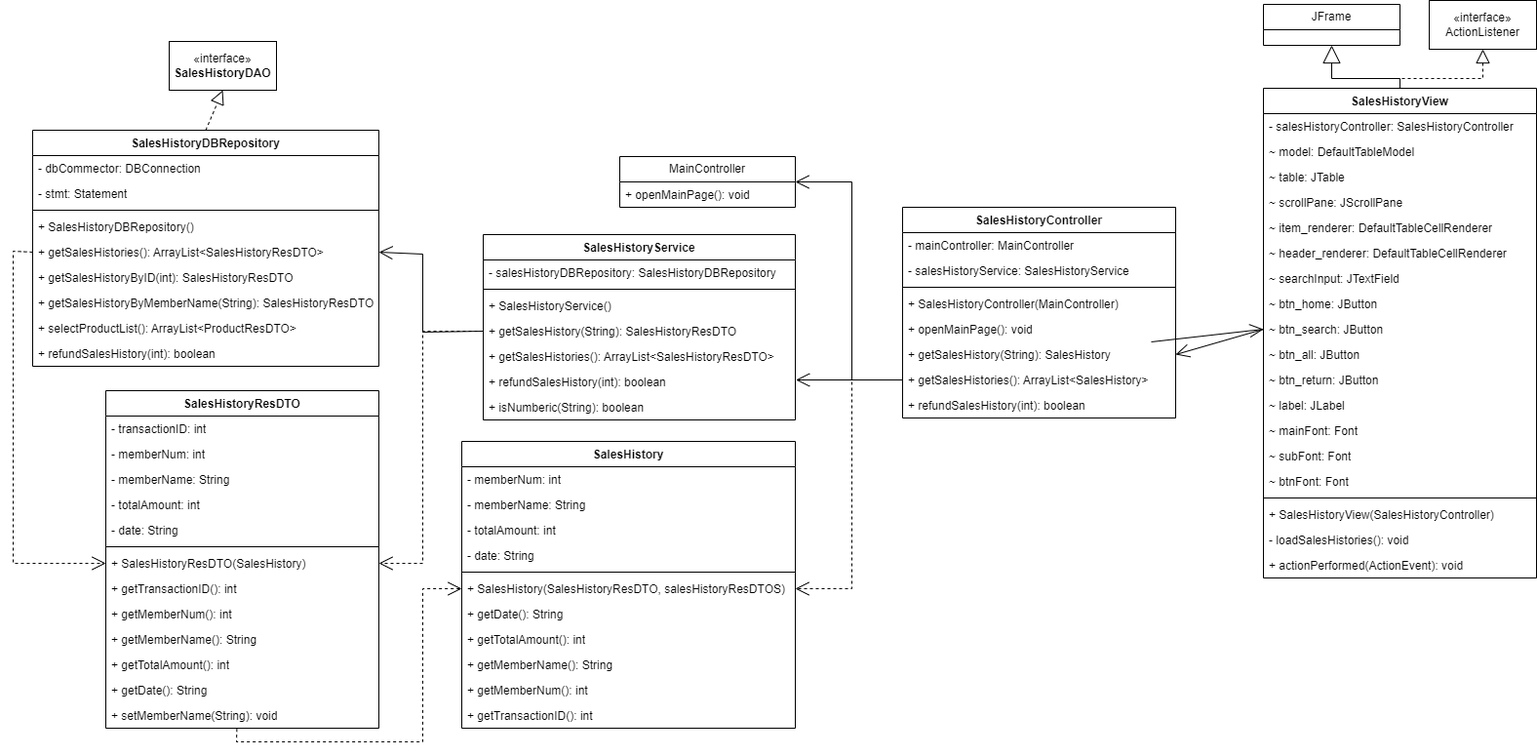
P-POS/PPOS keeps this draw.io diagram as diagram/SalesHistory.drawio.png. Above is the earlier version. Source tidied: cells renumbered, new cells last; positions are measured from the earlier drawing's top-left corner, leaving out a move shared by most shapes.
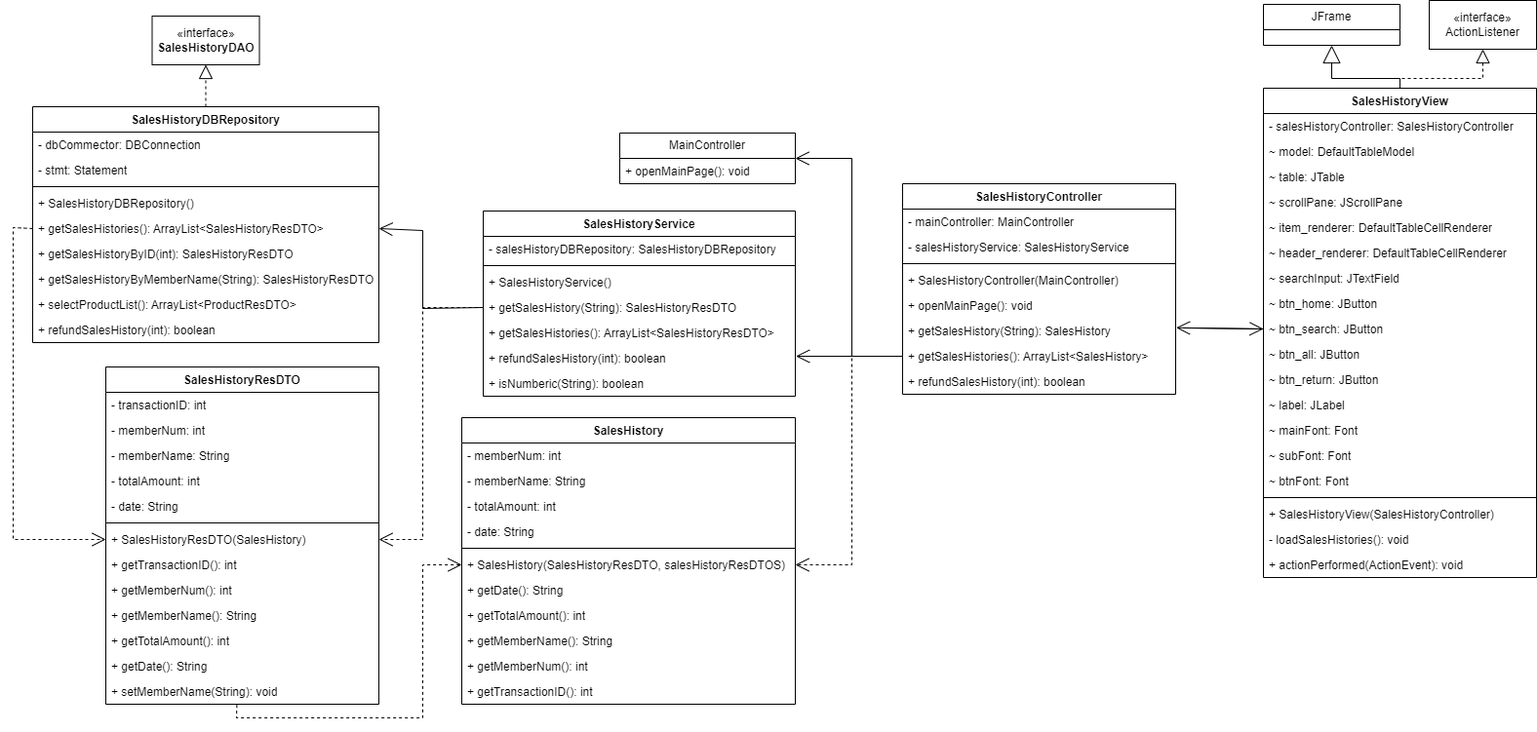
The same diagram one commit later.

Change to the diagram source:
```diff
@@ -54,7 +54,7 @@
       <mxGeometry y="164" width="320" height="26" as="geometry" />
     </mxCell>
     <mxCell id="19" value="&lt;span style=&quot;text-wrap: nowrap;&quot;&gt;SalesHistoryView&lt;/span&gt;" style="swimlane;fontStyle=1;align=center;verticalAlign=top;horizontal=1;startSize=26;whiteSpace=wrap;html=1;" parent="1" vertex="1">
-      <mxGeometry x="1282" y="90" width="280" height="502" as="geometry" />
+      <mxGeometry x="1282" y="114" width="280" height="502" as="geometry" />
     </mxCell>
     <mxCell id="20" value="&lt;span style=&quot;text-wrap: nowrap;&quot;&gt;- salesHistoryController:&amp;nbsp;SalesHistoryController&lt;/span&gt;" style="text;strokeColor=none;fillColor=none;align=left;verticalAlign=top;spacingLeft=4;spacingRight=4;overflow=hidden;whiteSpace=wrap;html=1;" parent="19" vertex="1">
       <mxGeometry y="26" width="280" height="26" as="geometry" />
@@ -114,24 +114,24 @@
       <mxGeometry y="476" width="280" height="26" as="geometry" />
     </mxCell>
     <mxCell id="39" value="JFrame" style="swimlane;fontStyle=0;horizontal=1;startSize=26;fillColor=none;whiteSpace=wrap;html=1;" parent="1" vertex="1">
-      <mxGeometry x="1282" y="4" width="140" height="42" as="geometry" />
+      <mxGeometry x="1282" y="28" width="140" height="42" as="geometry" />
     </mxCell>
     <mxCell id="40" value="«interface»&lt;br&gt;ActionListener" style="html=1;whiteSpace=wrap;" parent="1" vertex="1">
-      <mxGeometry x="1452" width="110" height="50" as="geometry" />
+      <mxGeometry x="1452" y="24" width="110" height="50" as="geometry" />
     </mxCell>
     <mxCell id="41" style="endArrow=block;dashed=1;endFill=0;endSize=12;html=1;rounded=0;exitX=0.5;exitY=0;exitDx=0;exitDy=0;entryX=0.5;entryY=1;entryDx=0;entryDy=0;" parent="1" edge="1" source="19" target="40">
       <mxGeometry relative="1" as="geometry">
         <Array as="points">
-          <mxPoint x="1422" y="80" />
-          <mxPoint x="1507" y="80" />
+          <mxPoint x="1422" y="104" />
+          <mxPoint x="1507" y="104" />
         </Array>
       </mxGeometry>
     </mxCell>
     <mxCell id="42" style="endArrow=block;endSize=16;endFill=0;html=1;rounded=0;entryX=0.5;entryY=1;entryDx=0;entryDy=0;exitX=0.5;exitY=0;exitDx=0;exitDy=0;" parent="1" edge="1" source="19" target="39">
       <mxGeometry x="0.01" relative="1" as="geometry">
         <Array as="points">
-          <mxPoint x="1422" y="80" />
-          <mxPoint x="1352" y="80" />
+          <mxPoint x="1422" y="104" />
+          <mxPoint x="1352" y="104" />
         </Array>
       </mxGeometry>
     </mxCell>
@@ -146,11 +146,13 @@
     <mxCell id="44" style="endArrow=open;endFill=1;endSize=12;html=1;rounded=0;exitX=0;exitY=0.5;exitDx=0;exitDy=0;entryX=1.002;entryY=0.423;entryDx=0;entryDy=0;entryPerimeter=0;" parent="1" edge="1" source="9" target="17">
       <mxGeometry relative="1" as="geometry" />
     </mxCell>
-    <mxCell id="45" style="endArrow=open;endFill=1;endSize=12;html=1;rounded=0;entryX=0;entryY=0.5;entryDx=0;entryDy=0;" parent="1" edge="1" source="8" target="28">
-      <mxGeometry relative="1" as="geometry" />
+    <mxCell id="45" style="endArrow=open;endFill=1;endSize=12;html=1;rounded=0;entryX=0;entryY=0.5;entryDx=0;entryDy=0;" parent="1" edge="1" target="28">
+      <mxGeometry relative="1" as="geometry">
+        <mxPoint x="1200" y="360" as="sourcePoint" />
+      </mxGeometry>
     </mxCell>
     <mxCell id="46" value="«interface»&lt;br&gt;&lt;b&gt;SalesHistoryDAO&lt;/b&gt;" style="html=1;whiteSpace=wrap;" parent="1" vertex="1">
-      <mxGeometry x="160" y="42" width="110" height="50" as="geometry" />
+      <mxGeometry x="142.5" y="40" width="110" height="50" as="geometry" />
     </mxCell>
     <mxCell id="47" value="&lt;span style=&quot;text-wrap: nowrap;&quot;&gt;SalesHistory&lt;/span&gt;" style="swimlane;fontStyle=1;align=center;verticalAlign=top;horizontal=1;startSize=26;whiteSpace=wrap;html=1;" parent="1" vertex="1">
       <mxGeometry x="460" y="452" width="342" height="294" as="geometry" />
@@ -230,7 +232,7 @@
         </Array>
       </mxGeometry>
     </mxCell>
-    <mxCell id="71" style="endArrow=open;endFill=1;endSize=12;html=1;rounded=0;exitX=0;exitY=0.5;exitDx=0;exitDy=0;entryX=1;entryY=0.5;entryDx=0;entryDy=0;" parent="1" edge="1" source="28" target="8">
+    <mxCell id="71" style="endArrow=open;endFill=1;endSize=12;html=1;rounded=0;exitX=0;exitY=0.5;exitDx=0;exitDy=0;entryX=1.002;entryY=0.375;entryDx=0;entryDy=0;entryPerimeter=0;" parent="1" edge="1" source="28" target="8">
       <mxGeometry relative="1" as="geometry" />
     </mxCell>
     <mxCell id="72" value="&lt;span style=&quot;text-wrap: nowrap;&quot;&gt;SalesHistoryResDTO&lt;/span&gt;" style="swimlane;fontStyle=1;align=center;verticalAlign=top;horizontal=1;startSize=26;whiteSpace=wrap;html=1;" parent="1" vertex="1">
```
